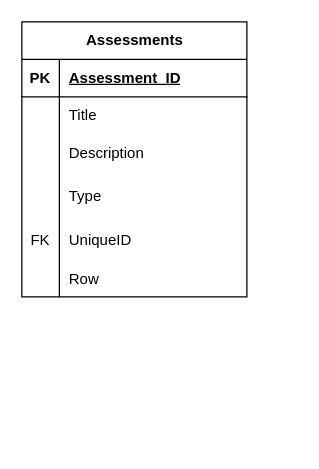
Earlier version of the draw.io diagram Application portal.drawio (SujithAnto/AssesmentPortal). Source tidied: cells renumbered, new cells numbered last; positions are measured from the earlier drawing's top-left corner, leaving out a move shared by most shapes. Both pictures are drawn from the tidied source at 125%, with x=0, y=0 at pixel (21, 21).
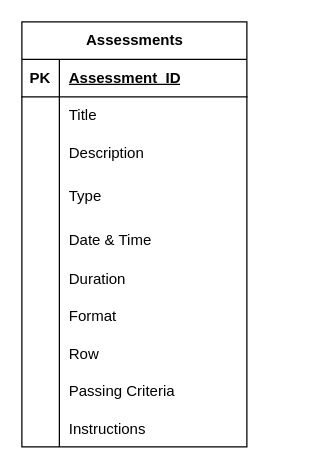
Above is the later version.

Unchanged cells that the change refers to:
```xml
<mxCell id="15" style="shape=tableRow;horizontal=0;startSize=0;swimlaneHead=0;swimlaneBody=0;fillColor=none;top=0;left=0;right=0;bottom=0;" parent="2" vertex="1">
  <mxGeometry y="160" width="180" height="30" as="geometry" />
</mxCell>
<mxCell id="18" style="shape=tableRow;horizontal=0;startSize=0;swimlaneHead=0;swimlaneBody=0;fillColor=none;top=0;left=0;right=0;bottom=0;" parent="2" vertex="1">
  <mxGeometry y="190" width="180" height="30" as="geometry" />
</mxCell>
<mxCell id="23" style="shape=tableRow;horizontal=0;startSize=0;swimlaneHead=0;swimlaneBody=0;fillColor=none;top=0;left=0;right=0;bottom=0;" parent="1" vertex="1">
  <mxGeometry y="150" width="180" height="30" as="geometry" />
</mxCell>
```

What changed in the source:
```diff
@@
     <mxCell id="2" value="Assessments" style="shape=table;startSize=30;childLayout=tableLayout;rowLines=0;fontStyle=1;align=center;html=1;" parent="1" vertex="1">
-      <mxGeometry width="180" height="220" as="geometry" />
+      <mxGeometry width="180" height="340" as="geometry" />
     </mxCell>
@@
-    <mxCell id="16" value="FK" style="shape=partialRectangle;fillColor=none;top=0;left=0;bottom=0;right=0;fontStyle=0;overflow=hidden;whiteSpace=wrap;html=1;" parent="15" vertex="1">
+    <mxCell id="16" style="shape=partialRectangle;fillColor=none;top=0;left=0;bottom=0;right=0;fontStyle=0;overflow=hidden;whiteSpace=wrap;html=1;" parent="15" vertex="1">
       <mxGeometry width="30" height="30" as="geometry" />
     </mxCell>
-    <mxCell id="17" value="UniqueID" style="shape=partialRectangle;fillColor=none;top=0;left=0;bottom=0;right=0;align=left;spacingLeft=6;fontStyle=0;overflow=hidden;whiteSpace=wrap;html=1;" parent="15" vertex="1">
+    <mxCell id="17" value="Date &amp;amp; Time" style="shape=partialRectangle;fillColor=none;top=0;left=0;bottom=0;right=0;align=left;spacingLeft=6;fontStyle=0;overflow=hidden;whiteSpace=wrap;html=1;" parent="15" vertex="1">
       <mxGeometry x="30" width="150" height="30" as="geometry" />
     </mxCell>
@@
-    <mxCell id="20" value="Row" style="shape=partialRectangle;fillColor=none;top=0;left=0;bottom=0;right=0;align=left;spacingLeft=6;overflow=hidden;" parent="18" vertex="1">
+    <mxCell id="20" value="Duration" style="shape=partialRectangle;fillColor=none;top=0;left=0;bottom=0;right=0;align=left;spacingLeft=6;overflow=hidden;" parent="18" vertex="1">
       <mxGeometry x="30" width="150" height="30" as="geometry" />
     </mxCell>
+    <mxCell id="25" style="shape=tableRow;horizontal=0;startSize=0;swimlaneHead=0;swimlaneBody=0;fillColor=none;top=0;left=0;right=0;bottom=0;" parent="2" vertex="1">
+      <mxGeometry y="220" width="180" height="30" as="geometry" />
+    </mxCell>
+    <mxCell id="26" style="shape=partialRectangle;fillColor=none;top=0;left=0;bottom=0;right=0;overflow=hidden;" parent="25" vertex="1">
+      <mxGeometry width="30" height="30" as="geometry" />
+    </mxCell>
+    <mxCell id="27" value="Format" style="shape=partialRectangle;fillColor=none;top=0;left=0;bottom=0;right=0;align=left;spacingLeft=6;overflow=hidden;" parent="25" vertex="1">
+      <mxGeometry x="30" width="150" height="30" as="geometry" />
+    </mxCell>
+    <mxCell id="28" style="shape=tableRow;horizontal=0;startSize=0;swimlaneHead=0;swimlaneBody=0;fillColor=none;top=0;left=0;right=0;bottom=0;" parent="2" vertex="1">
+      <mxGeometry y="250" width="180" height="30" as="geometry" />
+    </mxCell>
+    <mxCell id="29" style="shape=partialRectangle;fillColor=none;top=0;left=0;bottom=0;right=0;overflow=hidden;" parent="28" vertex="1">
+      <mxGeometry width="30" height="30" as="geometry" />
+    </mxCell>
+    <mxCell id="30" value="Row" style="shape=partialRectangle;fillColor=none;top=0;left=0;bottom=0;right=0;align=left;spacingLeft=6;overflow=hidden;" parent="28" vertex="1">
+      <mxGeometry x="30" width="150" height="30" as="geometry" />
+    </mxCell>
+    <mxCell id="31" style="shape=tableRow;horizontal=0;startSize=0;swimlaneHead=0;swimlaneBody=0;fillColor=none;top=0;left=0;right=0;bottom=0;" parent="2" vertex="1">
+      <mxGeometry y="280" width="180" height="30" as="geometry" />
+    </mxCell>
+    <mxCell id="32" style="shape=partialRectangle;fillColor=none;top=0;left=0;bottom=0;right=0;overflow=hidden;" parent="31" vertex="1">
+      <mxGeometry width="30" height="30" as="geometry" />
+    </mxCell>
+    <mxCell id="33" value="Passing Criteria" style="shape=partialRectangle;fillColor=none;top=0;left=0;bottom=0;right=0;align=left;spacingLeft=6;overflow=hidden;" parent="31" vertex="1">
+      <mxGeometry x="30" width="150" height="30" as="geometry" />
+    </mxCell>
+    <mxCell id="34" style="shape=tableRow;horizontal=0;startSize=0;swimlaneHead=0;swimlaneBody=0;fillColor=none;top=0;left=0;right=0;bottom=0;" parent="2" vertex="1">
+      <mxGeometry y="310" width="180" height="30" as="geometry" />
+    </mxCell>
+    <mxCell id="35" style="shape=partialRectangle;fillColor=none;top=0;left=0;bottom=0;right=0;overflow=hidden;" parent="34" vertex="1">
+      <mxGeometry width="30" height="30" as="geometry" />
+    </mxCell>
+    <mxCell id="36" value="Instructions" style="shape=partialRectangle;fillColor=none;top=0;left=0;bottom=0;right=0;align=left;spacingLeft=6;overflow=hidden;" parent="34" vertex="1">
+      <mxGeometry x="30" width="150" height="30" as="geometry" />
+    </mxCell>
@@
-    <mxCell id="24" style="shape=partialRectangle;fillColor=none;top=0;left=0;bottom=0;right=0;overflow=hidden;whiteSpace=wrap;html=1;" parent="23" vertex="1">
-      <mxGeometry width="30" height="30" as="geometry" />
-    </mxCell>
```
